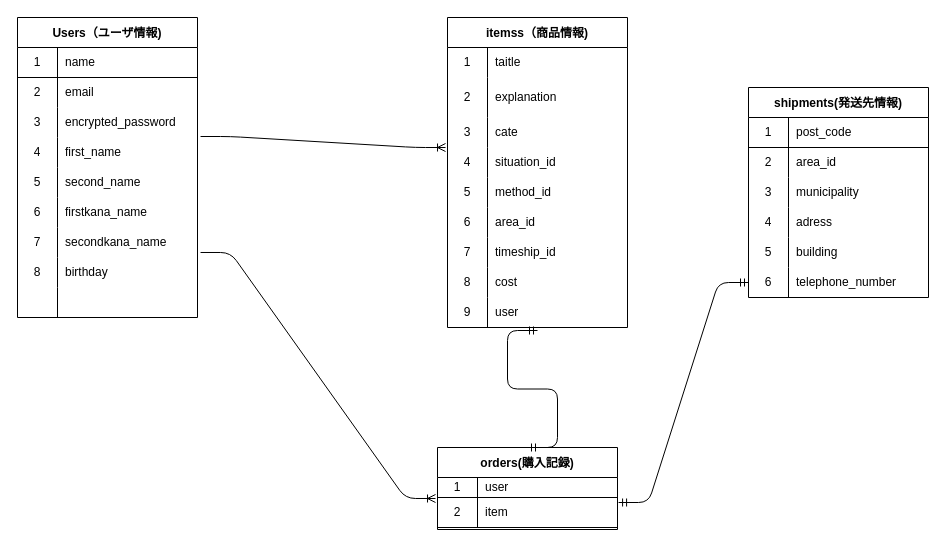
Above: ER.dio in Semomo0717/furima-36947 (draw.io), before the change. Source tidied: cells renumbered, new cells numbered last; positions are measured from the earlier drawing's top-left corner, leaving out a move shared by most shapes. Both pictures are drawn from the tidied source at 100%, with x=0, y=0 at pixel (17, 17).
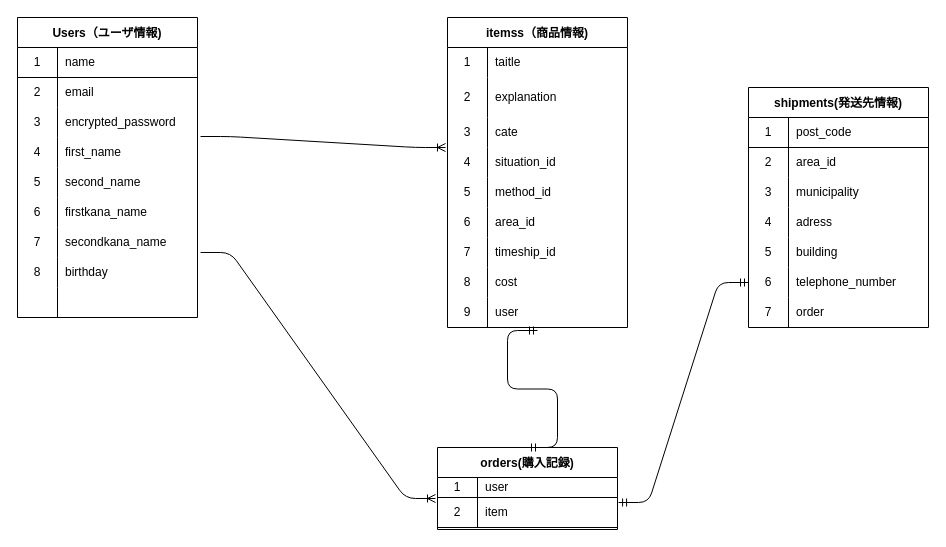
The same diagram, later.

What changed in the source:
```diff
@@
     <mxCell id="67" value="shipments(発送先情報)" style="shape=table;startSize=30;childLayout=tableLayout;rowLines=0;fontStyle=1;align=center;" parent="1" vertex="1">
-      <mxGeometry x="731" y="70" width="180" height="210" as="geometry" />
+      <mxGeometry x="731" y="70" width="180" height="240" as="geometry" />
     </mxCell>
@@
+    <mxCell id="88" style="shape=partialRectangle;html=1;whiteSpace=wrap;fillColor=none;top=0;left=0;bottom=0;right=0;" parent="67" vertex="1">
+      <mxGeometry y="210" width="180" height="30" as="geometry" />
+    </mxCell>
+    <mxCell id="89" value="7" style="shape=partialRectangle;html=1;whiteSpace=wrap;fillColor=none;top=0;left=0;bottom=0;right=0;overflow=hidden;" parent="88" vertex="1">
+      <mxGeometry width="40" height="30" as="geometry" />
+    </mxCell>
+    <mxCell id="90" value="order" style="shape=partialRectangle;html=1;whiteSpace=wrap;fillColor=none;top=0;left=0;bottom=0;right=0;align=left;spacingLeft=6;overflow=hidden;" parent="88" vertex="1">
+      <mxGeometry x="40" width="140" height="30" as="geometry" />
+    </mxCell>
```
